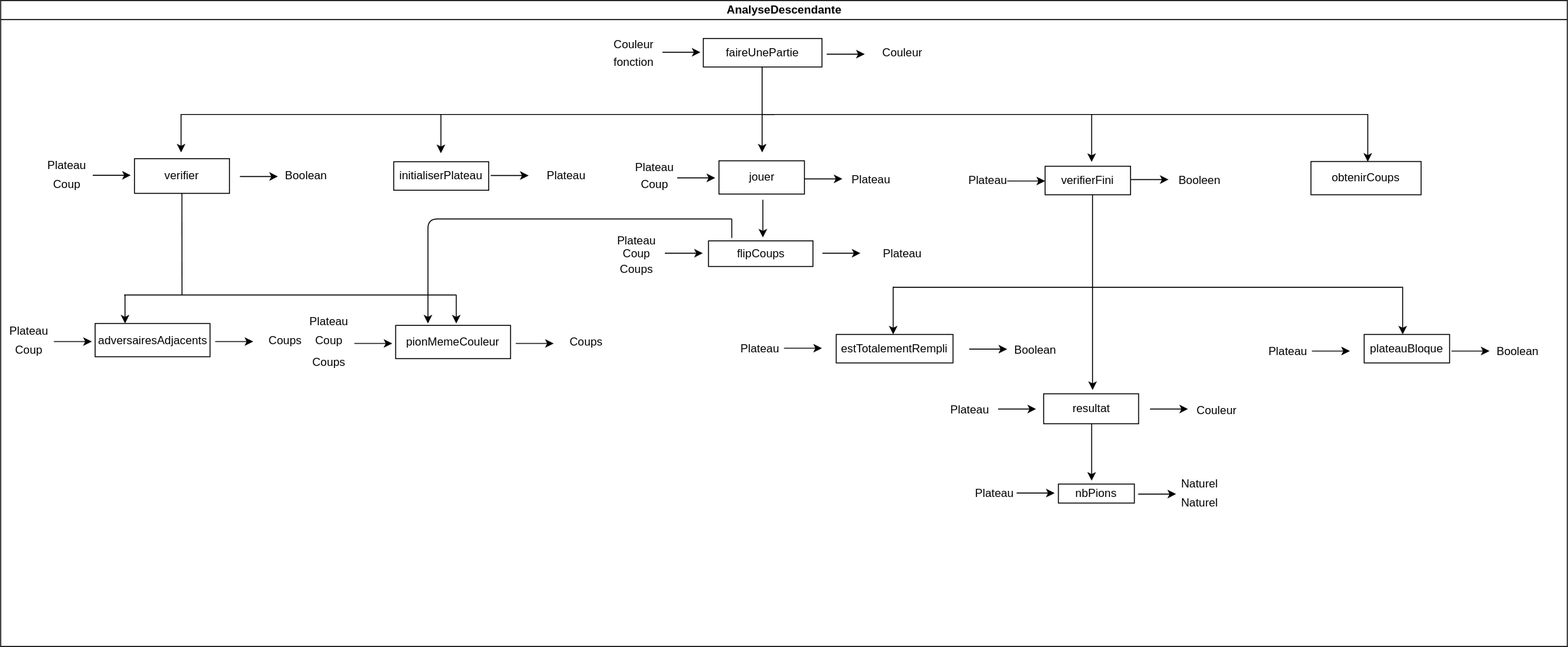
The draw.io diagram rapport/analyse/FaireUnePartie.drawio.svg in Sachawski/othelloiti3, before a commit. Source tidied: cells renumbered, new cells last; positions are measured from the earlier drawing's top-left corner, leaving out a move shared by most shapes.
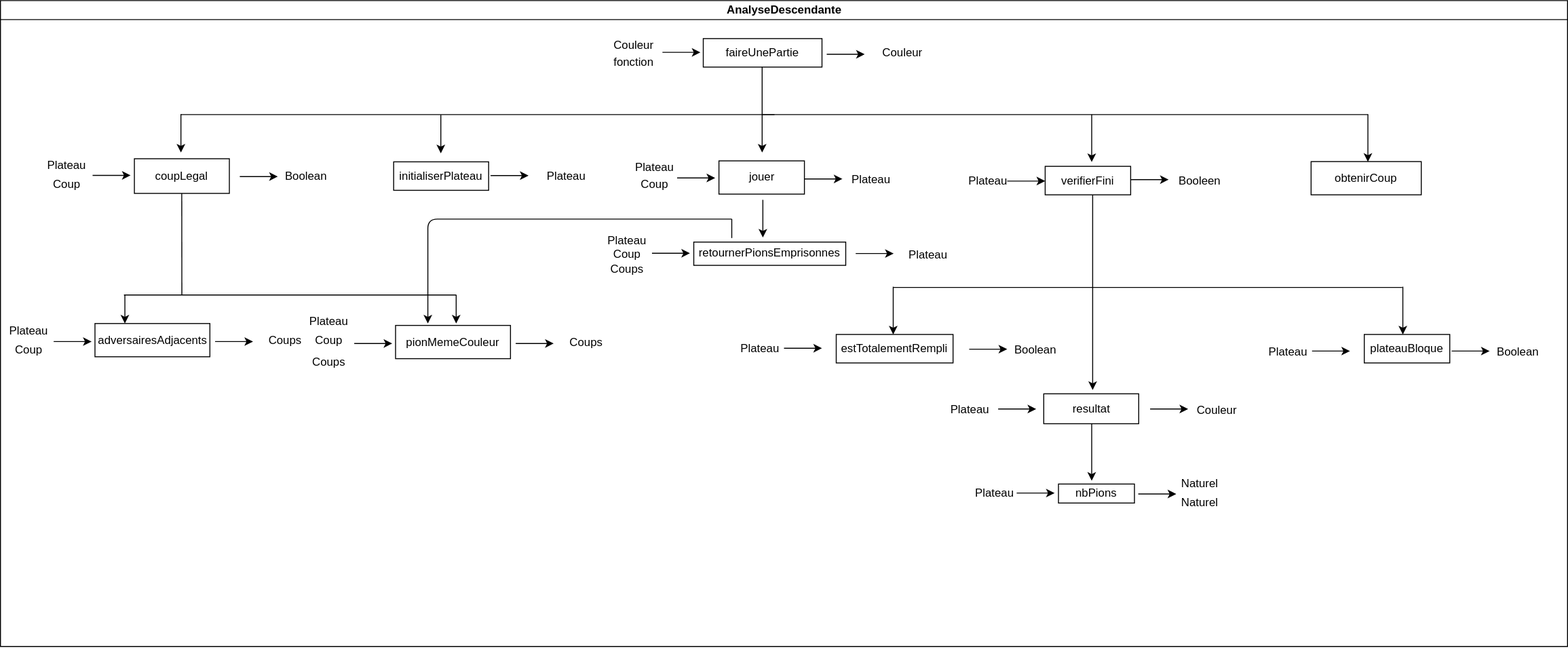
Above is the later version.

Diff of the diagram source:
```diff
@@ -50,7 +50,7 @@
         <mxPoint x="463.7" y="160.8" as="targetPoint" />
       </mxGeometry>
     </mxCell>
-    <mxCell id="12" value="obtenirCoups" style="rounded=0;whiteSpace=wrap;html=1;" parent="2" vertex="1">
+    <mxCell id="12" value="obtenirCoup" style="rounded=0;whiteSpace=wrap;html=1;" parent="2" vertex="1">
       <mxGeometry x="1380" y="169.5" width="116" height="35" as="geometry" />
     </mxCell>
     <mxCell id="13" style="endArrow=classic;html=1;" parent="2" edge="1">
@@ -111,34 +111,31 @@
       <mxGeometry x="90" width="90" height="30" as="geometry" />
     </mxCell>
     <mxCell id="25" style="group;" parent="2" vertex="1">
-      <mxGeometry x="639.5" y="237.5" width="340.5" height="60" as="geometry" />
+      <mxGeometry x="630" y="237.5" width="340.5" height="60" as="geometry" />
     </mxCell>
     <mxCell id="26" value="Plateau" style="text;html=1;strokeColor=none;fillColor=none;align=center;verticalAlign=middle;whiteSpace=wrap;rounded=0;" parent="25" vertex="1">
       <mxGeometry width="60" height="30" as="geometry" />
     </mxCell>
     <mxCell id="27" value="&lt;span style=&quot;color: rgba(0 , 0 , 0 , 0) ; font-family: monospace ; font-size: 0px ; background-color: rgb(248 , 249 , 250)&quot;&gt;%3CmxGraphModel%3E%3Croot%3E%3CmxCell%20id%3D%220%22%2F%3E%3CmxCell%20id%3D%221%22%20parent%3D%220%22%2F%3E%3CmxCell%20id%3D%222%22%20value%3D%22%22%20style%3D%22endArrow%3Dclassic%3Bhtml%3D1%3Brounded%3D0%3B%22%20edge%3D%221%22%20parent%3D%221%22%3E%3CmxGeometry%20width%3D%2250%22%20height%3D%2250%22%20relative%3D%221%22%20as%3D%22geometry%22%3E%3CmxPoint%20x%3D%22474%22%20y%3D%22294.5%22%20as%3D%22sourcePoint%22%2F%3E%3CmxPoint%20x%3D%22514%22%20y%3D%22294.5%22%20as%3D%22targetPoint%22%2F%3E%3C%2FmxGeometry%3E%3C%2FmxCell%3E%3C%2Froot%3E%3C%2FmxGraphModel%3E&lt;/span&gt;" style="endArrow=classic;html=1;rounded=0;" parent="25" edge="1">
       <mxGeometry relative="1" as="geometry">
-        <mxPoint x="60" y="28.5" as="sourcePoint" />
-        <mxPoint x="100" y="28.5" as="targetPoint" />
+        <mxPoint x="56" y="28.5" as="sourcePoint" />
+        <mxPoint x="96" y="28.5" as="targetPoint" />
       </mxGeometry>
     </mxCell>
     <mxCell id="28" style="endArrow=classic;html=1;rounded=0;" parent="25" edge="1">
       <mxGeometry relative="1" as="geometry">
-        <mxPoint x="226" y="28.5" as="sourcePoint" />
-        <mxPoint x="266" y="28.5" as="targetPoint" />
+        <mxPoint x="270.5" y="28.8" as="sourcePoint" />
+        <mxPoint x="310.5" y="28.8" as="targetPoint" />
       </mxGeometry>
     </mxCell>
-    <mxCell id="29" value="Plateau" style="text;html=1;strokeColor=none;fillColor=none;align=center;verticalAlign=middle;whiteSpace=wrap;rounded=0;" parent="25" vertex="1">
-      <mxGeometry x="280.5" y="14" width="60" height="30" as="geometry" />
-    </mxCell>
     <mxCell id="30" value="Coup" style="text;html=1;strokeColor=none;fillColor=none;align=center;verticalAlign=middle;whiteSpace=wrap;rounded=0;" parent="25" vertex="1">
       <mxGeometry y="14" width="60" height="30" as="geometry" />
     </mxCell>
     <mxCell id="31" value="Coups" style="text;html=1;strokeColor=none;fillColor=none;align=center;verticalAlign=middle;whiteSpace=wrap;rounded=0;" parent="25" vertex="1">
       <mxGeometry y="30" width="60" height="30" as="geometry" />
     </mxCell>
-    <mxCell id="32" value="flipCoups" style="rounded=0;whiteSpace=wrap;html=1;" parent="25" vertex="1">
-      <mxGeometry x="106" y="15.5" width="110" height="27" as="geometry" />
+    <mxCell id="32" value="retournerPionsEmprisonnes" style="rounded=0;whiteSpace=wrap;html=1;" parent="25" vertex="1">
+      <mxGeometry x="100" y="16.8" width="160" height="24.5" as="geometry" />
     </mxCell>
     <mxCell id="33" style="group;" parent="2" vertex="1">
       <mxGeometry x="658.5" y="160.8" width="288" height="48" as="geometry" />
@@ -275,7 +272,7 @@
     <mxCell id="66" value="Coup" style="text;html=1;strokeColor=none;fillColor=none;align=center;verticalAlign=middle;whiteSpace=wrap;rounded=0;" parent="61" vertex="1">
       <mxGeometry y="59" width="60" height="30" as="geometry" />
     </mxCell>
-    <mxCell id="67" value="verifier" style="rounded=0;whiteSpace=wrap;html=1;" parent="61" vertex="1">
+    <mxCell id="67" value="coupLegal" style="rounded=0;whiteSpace=wrap;html=1;" parent="61" vertex="1">
       <mxGeometry x="101" y="47" width="100" height="36.5" as="geometry" />
     </mxCell>
     <mxCell id="68" style="endArrow=classic;html=1;" parent="61" edge="1">
@@ -430,5 +427,8 @@
     <mxCell id="100" value="Couleur" style="text;html=1;strokeColor=none;fillColor=none;align=center;verticalAlign=middle;whiteSpace=wrap;rounded=0;" parent="99" vertex="1">
       <mxGeometry x="260" y="1.5" width="60" height="30" as="geometry" />
     </mxCell>
+    <mxCell id="29" value="Plateau" style="text;html=1;strokeColor=none;fillColor=none;align=center;verticalAlign=middle;whiteSpace=wrap;rounded=0;" parent="2" vertex="1">
+      <mxGeometry x="946.5" y="252.5" width="60" height="30" as="geometry" />
+    </mxCell>
   </root>
 </mxGraphModel>
```
